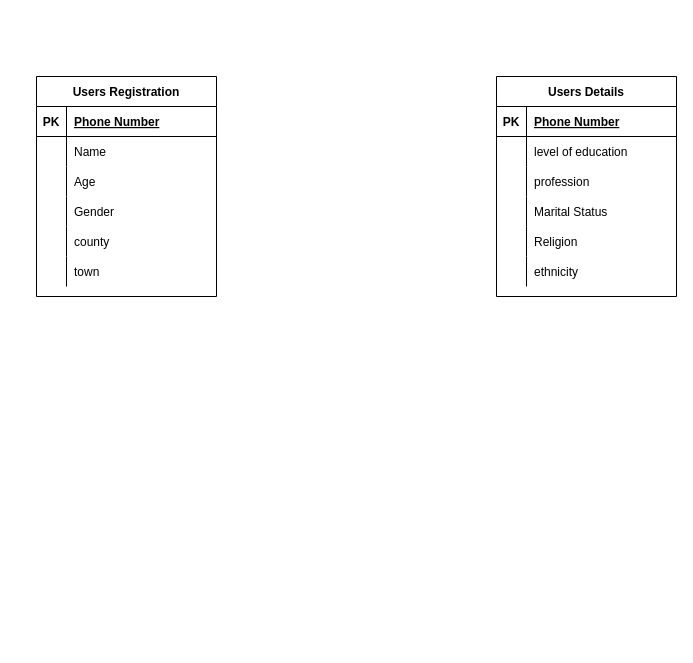
The draw.io diagram penzi databse Structures.drawio in BrianNBN/penzitask, before the edit. Source tidied: cells renumbered, new cells numbered last; positions are measured from the earlier drawing's top-left corner, leaving out a move shared by most shapes. Both pictures are drawn from the tidied source at 100%, with x=0, y=0 at pixel (36, 76).
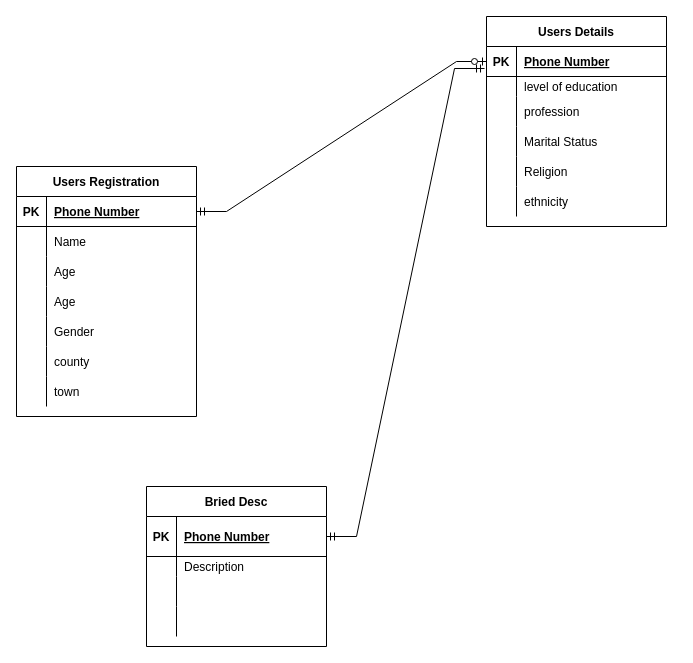
The same page after the edit.

The change refers to these unchanged cells:
```xml
<mxCell id="3" style="shape=tableRow;horizontal=0;startSize=0;swimlaneHead=0;swimlaneBody=0;fillColor=none;points=[[0,0.5],[1,0.5]];portConstraint=eastwest;top=0;left=0;right=0;bottom=1;" parent="2" vertex="1">
  <mxGeometry y="30" width="180" height="30" as="geometry" />
</mxCell>
<mxCell id="22" style="shape=tableRow;horizontal=0;startSize=0;swimlaneHead=0;swimlaneBody=0;fillColor=none;points=[[0,0.5],[1,0.5]];portConstraint=eastwest;top=0;left=0;right=0;bottom=1;" parent="21" vertex="1">
  <mxGeometry y="30" width="180" height="30" as="geometry" />
</mxCell>
```

Diff of the diagram source:
```diff
@@
     <mxCell id="2" value="Users Registration" style="shape=table;startSize=30;childLayout=tableLayout;rowLines=0;fontStyle=1;align=center;" parent="1" vertex="1">
-      <mxGeometry width="180" height="220" as="geometry" />
+      <mxGeometry x="-20" y="90" width="180" height="250" as="geometry" />
     </mxCell>
@@
+    <mxCell id="40" style="shape=tableRow;horizontal=0;startSize=0;swimlaneHead=0;swimlaneBody=0;fillColor=none;top=0;left=0;right=0;bottom=0;" parent="2" vertex="1">
+      <mxGeometry y="120" width="180" height="30" as="geometry" />
+    </mxCell>
+    <mxCell id="41" style="shape=partialRectangle;fillColor=none;top=0;left=0;bottom=0;right=0;overflow=hidden;" parent="40" vertex="1">
+      <mxGeometry width="30" height="30" as="geometry" />
+    </mxCell>
+    <mxCell id="42" value="Age" style="shape=partialRectangle;fillColor=none;top=0;left=0;bottom=0;right=0;align=left;spacingLeft=6;overflow=hidden;" parent="40" vertex="1">
+      <mxGeometry x="30" width="150" height="30" as="geometry" />
+    </mxCell>
     <mxCell id="12" style="shape=tableRow;horizontal=0;startSize=0;swimlaneHead=0;swimlaneBody=0;fillColor=none;top=0;left=0;right=0;bottom=0;" parent="2" vertex="1">
-      <mxGeometry y="120" width="180" height="30" as="geometry" />
+      <mxGeometry y="150" width="180" height="30" as="geometry" />
     </mxCell>
@@
     <mxCell id="15" style="shape=tableRow;horizontal=0;startSize=0;swimlaneHead=0;swimlaneBody=0;fillColor=none;top=0;left=0;right=0;bottom=0;" parent="2" vertex="1">
-      <mxGeometry y="150" width="180" height="30" as="geometry" />
+      <mxGeometry y="180" width="180" height="30" as="geometry" />
     </mxCell>
@@
     <mxCell id="18" style="shape=tableRow;horizontal=0;startSize=0;swimlaneHead=0;swimlaneBody=0;fillColor=none;top=0;left=0;right=0;bottom=0;" parent="2" vertex="1">
-      <mxGeometry y="180" width="180" height="30" as="geometry" />
+      <mxGeometry y="210" width="180" height="30" as="geometry" />
     </mxCell>
@@
     <mxCell id="21" value="Users Details" style="shape=table;startSize=30;childLayout=tableLayout;rowLines=0;fontStyle=1;align=center;" parent="1" vertex="1">
-      <mxGeometry x="460" width="180" height="220" as="geometry" />
+      <mxGeometry x="450" y="-60" width="180" height="210" as="geometry" />
     </mxCell>
@@
     <mxCell id="25" style="shape=tableRow;horizontal=0;startSize=0;swimlaneHead=0;swimlaneBody=0;fillColor=none;top=0;left=0;right=0;bottom=0;" parent="21" vertex="1">
-      <mxGeometry y="60" width="180" height="30" as="geometry" />
+      <mxGeometry y="60" width="180" height="20" as="geometry" />
     </mxCell>
     <mxCell id="26" style="shape=partialRectangle;fillColor=none;top=0;left=0;bottom=0;right=0;overflow=hidden;" parent="25" vertex="1">
-      <mxGeometry width="30" height="30" as="geometry" />
+      <mxGeometry width="30" height="20" as="geometry" />
     </mxCell>
     <mxCell id="27" value="level of education" style="shape=partialRectangle;fillColor=none;top=0;left=0;bottom=0;right=0;align=left;spacingLeft=6;overflow=hidden;" parent="25" vertex="1">
-      <mxGeometry x="30" width="150" height="30" as="geometry" />
+      <mxGeometry x="30" width="150" height="20" as="geometry" />
     </mxCell>
     <mxCell id="28" style="shape=tableRow;horizontal=0;startSize=0;swimlaneHead=0;swimlaneBody=0;fillColor=none;top=0;left=0;right=0;bottom=0;" parent="21" vertex="1">
-      <mxGeometry y="90" width="180" height="30" as="geometry" />
+      <mxGeometry y="80" width="180" height="30" as="geometry" />
     </mxCell>
@@
     <mxCell id="31" style="shape=tableRow;horizontal=0;startSize=0;swimlaneHead=0;swimlaneBody=0;fillColor=none;top=0;left=0;right=0;bottom=0;" parent="21" vertex="1">
-      <mxGeometry y="120" width="180" height="30" as="geometry" />
+      <mxGeometry y="110" width="180" height="30" as="geometry" />
     </mxCell>
@@
     <mxCell id="34" style="shape=tableRow;horizontal=0;startSize=0;swimlaneHead=0;swimlaneBody=0;fillColor=none;top=0;left=0;right=0;bottom=0;" parent="21" vertex="1">
-      <mxGeometry y="150" width="180" height="30" as="geometry" />
+      <mxGeometry y="140" width="180" height="30" as="geometry" />
     </mxCell>
@@
     <mxCell id="37" style="shape=tableRow;horizontal=0;startSize=0;swimlaneHead=0;swimlaneBody=0;fillColor=none;top=0;left=0;right=0;bottom=0;" parent="21" vertex="1">
-      <mxGeometry y="180" width="180" height="30" as="geometry" />
+      <mxGeometry y="170" width="180" height="30" as="geometry" />
     </mxCell>
@@
+    <mxCell id="43" value="Bried Desc" style="shape=table;startSize=30;childLayout=tableLayout;rowLines=0;fontStyle=1;align=center;" parent="1" vertex="1">
+      <mxGeometry x="110" y="410" width="180" height="160" as="geometry" />
+    </mxCell>
+    <mxCell id="44" style="shape=tableRow;horizontal=0;startSize=0;swimlaneHead=0;swimlaneBody=0;fillColor=none;points=[[0,0.5],[1,0.5]];portConstraint=eastwest;top=0;left=0;right=0;bottom=1;" parent="43" vertex="1">
+      <mxGeometry y="30" width="180" height="40" as="geometry" />
+    </mxCell>
+    <mxCell id="45" value="PK" style="shape=partialRectangle;fillColor=none;top=0;left=0;bottom=0;right=0;fontStyle=1;overflow=hidden;" parent="44" vertex="1">
+      <mxGeometry width="30" height="40" as="geometry" />
+    </mxCell>
+    <mxCell id="46" value="Phone Number" style="shape=partialRectangle;fillColor=none;top=0;left=0;bottom=0;right=0;align=left;spacingLeft=6;fontStyle=5;overflow=hidden;" parent="44" vertex="1">
+      <mxGeometry x="30" width="150" height="40" as="geometry" />
+    </mxCell>
+    <mxCell id="47" style="shape=tableRow;horizontal=0;startSize=0;swimlaneHead=0;swimlaneBody=0;fillColor=none;top=0;left=0;right=0;bottom=0;" parent="43" vertex="1">
+      <mxGeometry y="70" width="180" height="20" as="geometry" />
+    </mxCell>
+    <mxCell id="48" style="shape=partialRectangle;fillColor=none;top=0;left=0;bottom=0;right=0;overflow=hidden;" parent="47" vertex="1">
+      <mxGeometry width="30" height="20" as="geometry" />
+    </mxCell>
+    <mxCell id="49" value="Description" style="shape=partialRectangle;fillColor=none;top=0;left=0;bottom=0;right=0;align=left;spacingLeft=6;overflow=hidden;" parent="47" vertex="1">
+      <mxGeometry x="30" width="150" height="20" as="geometry" />
+    </mxCell>
+    <mxCell id="50" style="shape=tableRow;horizontal=0;startSize=0;swimlaneHead=0;swimlaneBody=0;fillColor=none;top=0;left=0;right=0;bottom=0;" parent="43" vertex="1">
+      <mxGeometry y="90" width="180" height="30" as="geometry" />
+    </mxCell>
+    <mxCell id="51" style="shape=partialRectangle;fillColor=none;top=0;left=0;bottom=0;right=0;overflow=hidden;" parent="50" vertex="1">
+      <mxGeometry width="30" height="30" as="geometry" />
+    </mxCell>
+    <mxCell id="52" style="shape=partialRectangle;fillColor=none;top=0;left=0;bottom=0;right=0;align=left;spacingLeft=6;overflow=hidden;" parent="50" vertex="1">
+      <mxGeometry x="30" width="150" height="30" as="geometry" />
+    </mxCell>
+    <mxCell id="53" style="shape=tableRow;horizontal=0;startSize=0;swimlaneHead=0;swimlaneBody=0;fillColor=none;top=0;left=0;right=0;bottom=0;" parent="43" vertex="1">
+      <mxGeometry y="120" width="180" height="30" as="geometry" />
+    </mxCell>
+    <mxCell id="54" style="shape=partialRectangle;fillColor=none;top=0;left=0;bottom=0;right=0;overflow=hidden;" parent="53" vertex="1">
+      <mxGeometry width="30" height="30" as="geometry" />
+    </mxCell>
+    <mxCell id="55" style="shape=partialRectangle;fillColor=none;top=0;left=0;bottom=0;right=0;align=left;spacingLeft=6;overflow=hidden;" parent="53" vertex="1">
+      <mxGeometry x="30" width="150" height="30" as="geometry" />
+    </mxCell>
+    <mxCell id="56" style="edgeStyle=entityRelationEdgeStyle;fontSize=12;html=1;endArrow=ERzeroToOne;startArrow=ERmandOne;rounded=0;entryX=0;entryY=0.5;entryDx=0;entryDy=0;exitX=1;exitY=0.5;exitDx=0;exitDy=0;" parent="1" edge="1" source="3" target="22">
+      <mxGeometry relative="1" as="geometry" />
+    </mxCell>
+    <mxCell id="57" style="edgeStyle=entityRelationEdgeStyle;fontSize=12;html=1;endArrow=ERmandOne;startArrow=ERmandOne;rounded=0;entryX=-0.011;entryY=0.733;entryDx=0;entryDy=0;entryPerimeter=0;exitX=1;exitY=0.5;exitDx=0;exitDy=0;" parent="1" edge="1" source="44" target="22">
+      <mxGeometry relative="1" as="geometry" />
+    </mxCell>
```
